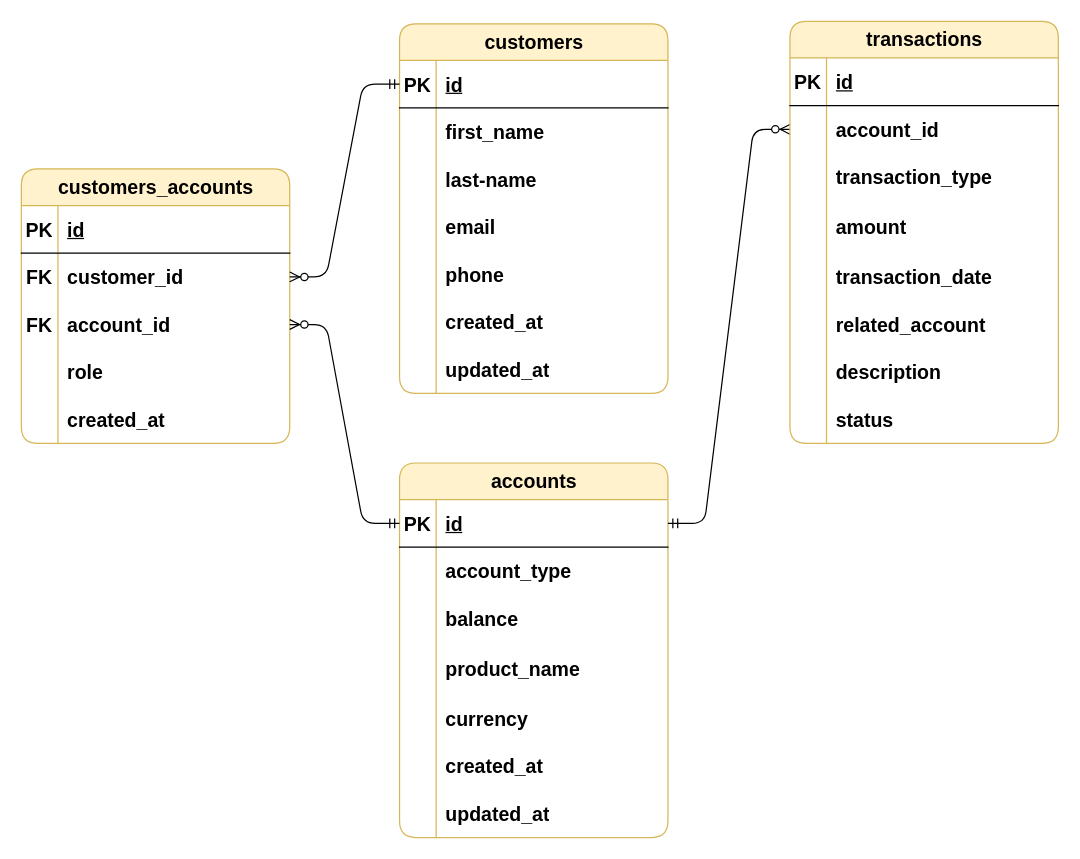
Before: architecture/db_schema.drawio in khanhnhan1512/banking-realtime-warehouse, a draw.io diagram. Source tidied: cells renumbered, new cells numbered last; positions are measured from the earlier drawing's top-left corner, leaving out a move shared by most shapes. Both pictures are drawn from the tidied source at 122%, with x=0, y=0 at pixel (21, 21).
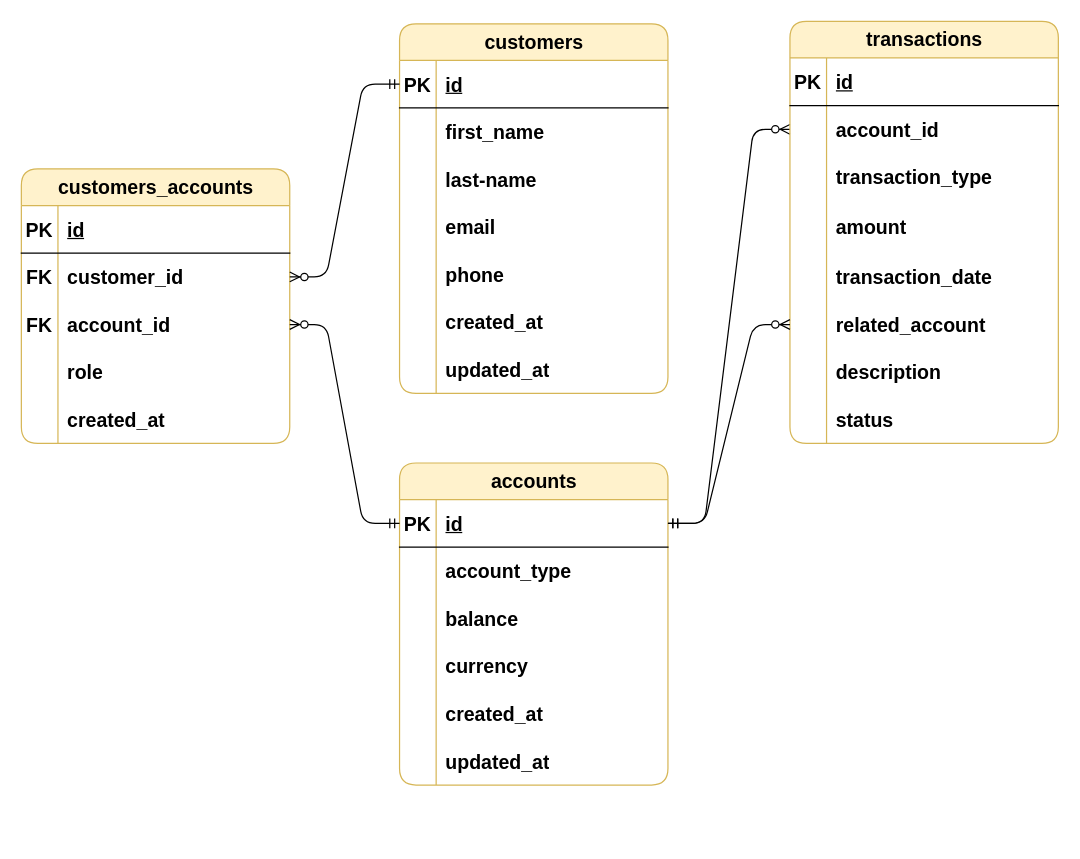
The same diagram, later.

The change refers to these unchanged cells:
```xml
<mxCell id="25" style="shape=tableRow;horizontal=0;startSize=0;swimlaneHead=0;swimlaneBody=0;fillColor=none;points=[[0,0.5],[1,0.5]];portConstraint=eastwest;top=0;left=0;right=0;bottom=1;fontSize=16;" parent="24" vertex="1">
  <mxGeometry y="30" width="220" height="39" as="geometry" />
</mxCell>
<mxCell id="79" style="shape=tableRow;horizontal=0;startSize=0;swimlaneHead=0;swimlaneBody=0;fillColor=none;points=[[0,0.5],[1,0.5]];portConstraint=eastwest;top=0;left=0;right=0;bottom=0;fontSize=16;fontStyle=1;" parent="63" vertex="1">
  <mxGeometry y="229" width="220" height="39" as="geometry" />
</mxCell>
```

Diff of the diagram source:
```diff
@@
     <mxCell id="24" value="&lt;span style=&quot;font-size: 16px;&quot;&gt;accounts&lt;/span&gt;" style="shape=table;startSize=30;childLayout=tableLayout;rowLines=0;fontStyle=1;align=center;html=1;rounded=1;fillColor=#fff2cc;strokeColor=#d6b656;" parent="1" vertex="1">
-      <mxGeometry x="310" y="362" width="220" height="307" as="geometry" />
+      <mxGeometry x="310" y="362" width="220" height="264" as="geometry" />
     </mxCell>
@@
-    <mxCell id="34" style="shape=tableRow;horizontal=0;startSize=0;swimlaneHead=0;swimlaneBody=0;fillColor=none;top=0;left=0;right=0;bottom=0;fontSize=16;fontStyle=1;" parent="24" vertex="1">
-      <mxGeometry y="147" width="220" height="43" as="geometry" />
-    </mxCell>
-    <mxCell id="35" style="shape=partialRectangle;fillColor=none;top=0;left=0;bottom=0;right=0;overflow=hidden;whiteSpace=wrap;html=1;fontSize=16;fontStyle=1;" parent="34" vertex="1">
-      <mxGeometry width="30" height="43" as="geometry" />
-    </mxCell>
-    <mxCell id="36" value="product_name" style="shape=partialRectangle;fillColor=none;top=0;left=0;bottom=0;right=0;align=left;spacingLeft=6;overflow=hidden;whiteSpace=wrap;html=1;fontSize=16;fontStyle=1;" parent="34" vertex="1">
-      <mxGeometry x="30" width="190" height="43" as="geometry" />
-    </mxCell>
     <mxCell id="37" style="shape=tableRow;horizontal=0;startSize=0;swimlaneHead=0;swimlaneBody=0;fillColor=none;top=0;left=0;right=0;bottom=0;fontSize=16;fontStyle=1;" parent="24" vertex="1">
-      <mxGeometry y="190" width="220" height="39" as="geometry" />
+      <mxGeometry y="147" width="220" height="39" as="geometry" />
     </mxCell>
@@
     <mxCell id="40" style="shape=tableRow;horizontal=0;startSize=0;swimlaneHead=0;swimlaneBody=0;fillColor=none;top=0;left=0;right=0;bottom=0;fontSize=16;fontStyle=1;" parent="24" vertex="1">
-      <mxGeometry y="229" width="220" height="39" as="geometry" />
+      <mxGeometry y="186" width="220" height="39" as="geometry" />
     </mxCell>
@@
     <mxCell id="43" style="shape=tableRow;horizontal=0;startSize=0;swimlaneHead=0;swimlaneBody=0;fillColor=none;top=0;left=0;right=0;bottom=0;fontSize=16;fontStyle=1;" parent="24" vertex="1">
-      <mxGeometry y="268" width="220" height="39" as="geometry" />
+      <mxGeometry y="225" width="220" height="39" as="geometry" />
     </mxCell>
@@
+    <mxCell id="90" style="edgeStyle=entityRelationEdgeStyle;fontSize=12;html=1;endArrow=ERzeroToMany;startArrow=ERmandOne;exitX=1;exitY=0.5;exitDx=0;exitDy=0;entryX=0;entryY=0.5;entryDx=0;entryDy=0;" parent="1" edge="1" source="25" target="79">
+      <mxGeometry relative="1" as="geometry" />
+    </mxCell>
```
